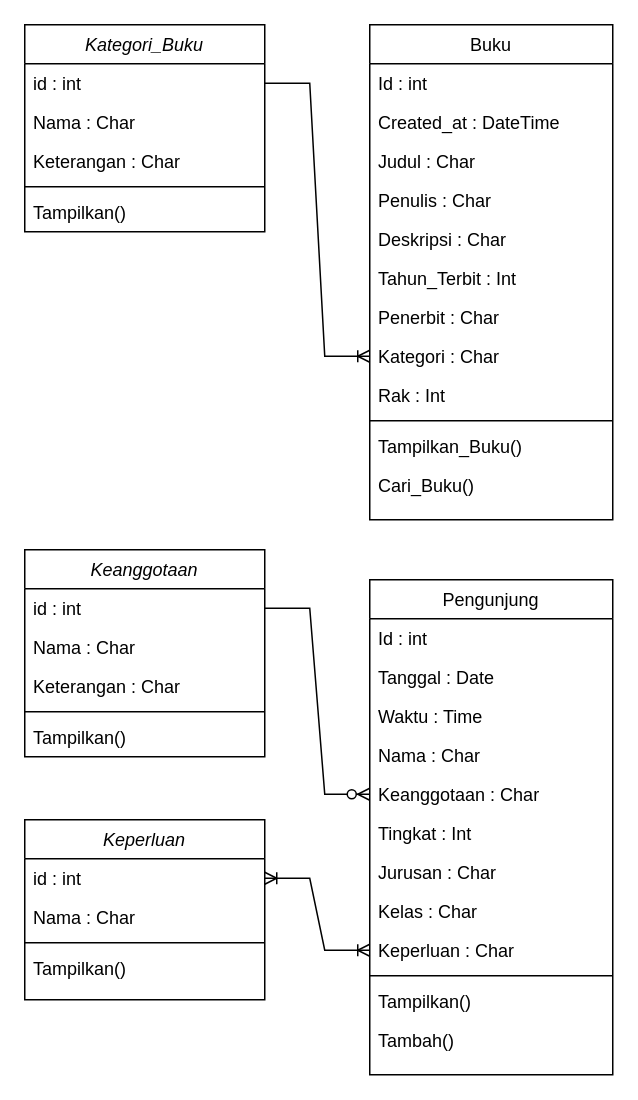
Earlier version of the draw.io diagram Class-Diagram-Perpus-Digital.drawio (tasyafbriani/Tefa_ptgm). Source tidied: cells renumbered, new cells numbered last; positions are measured from the earlier drawing's top-left corner, leaving out a move shared by most shapes. Both pictures are drawn from the tidied source at 150%, with x=0, y=0 at pixel (24, 24).
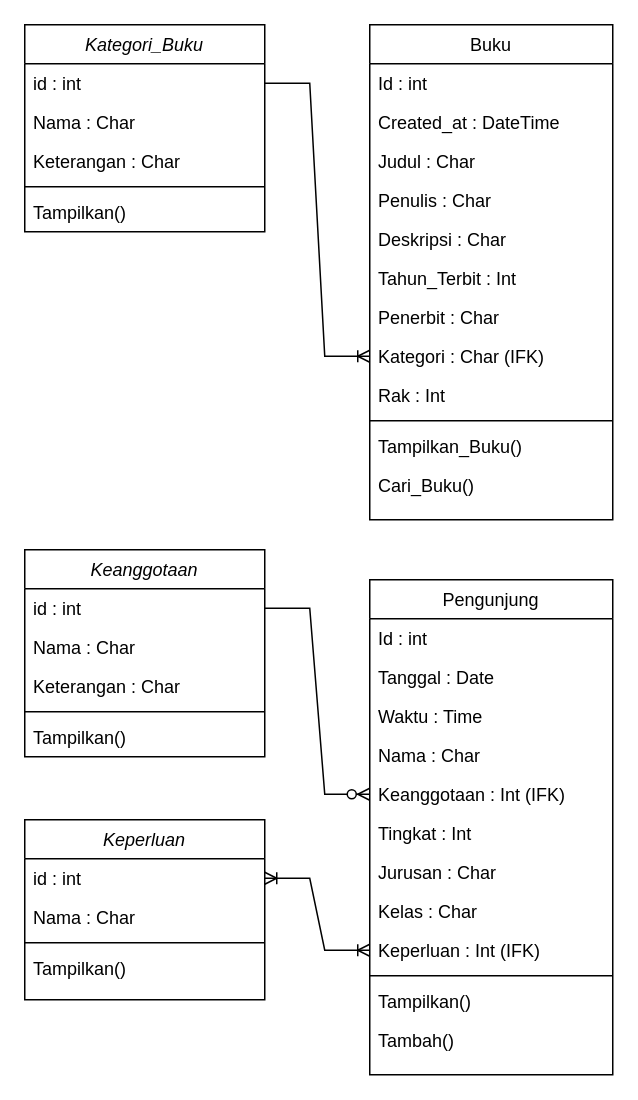
The same page after the edit.

The change refers to these unchanged cells:
```xml
<mxCell id="8" value="Buku" style="swimlane;fontStyle=0;align=center;verticalAlign=top;horizontal=1;startSize=26;rounded=0;shadow=0;strokeWidth=1;" parent="1" vertex="1">
  <mxGeometry x="230" width="162" height="330" as="geometry" />
</mxCell>
<mxCell id="21" value="Pengunjung" style="swimlane;fontStyle=0;align=center;verticalAlign=top;horizontal=1;startSize=26;rounded=0;shadow=0;strokeWidth=1;" parent="1" vertex="1">
  <mxGeometry x="230" y="370" width="162" height="330" as="geometry" />
</mxCell>
```

Diff of the diagram source:
```diff
@@
-    <mxCell id="16" value="Kategori : Char" style="text;align=left;verticalAlign=top;spacingLeft=4;spacingRight=4;overflow=hidden;points=[[0,0.5],[1,0.5]];portConstraint=eastwest;" parent="8" vertex="1">
+    <mxCell id="16" value="Kategori : Char (IFK)" style="text;align=left;verticalAlign=top;spacingLeft=4;spacingRight=4;overflow=hidden;points=[[0,0.5],[1,0.5]];portConstraint=eastwest;" parent="8" vertex="1">
       <mxGeometry y="208" width="162" height="26" as="geometry" />
     </mxCell>
@@
-    <mxCell id="26" value="Keanggotaan : Char" style="text;align=left;verticalAlign=top;spacingLeft=4;spacingRight=4;overflow=hidden;points=[[0,0.5],[1,0.5]];portConstraint=eastwest;rounded=0;shadow=0;html=0;" parent="21" vertex="1">
+    <mxCell id="26" value="Keanggotaan : Int (IFK)" style="text;align=left;verticalAlign=top;spacingLeft=4;spacingRight=4;overflow=hidden;points=[[0,0.5],[1,0.5]];portConstraint=eastwest;rounded=0;shadow=0;html=0;" parent="21" vertex="1">
       <mxGeometry y="130" width="162" height="26" as="geometry" />
     </mxCell>
@@
-    <mxCell id="30" value="Keperluan : Char" style="text;align=left;verticalAlign=top;spacingLeft=4;spacingRight=4;overflow=hidden;points=[[0,0.5],[1,0.5]];portConstraint=eastwest;" parent="21" vertex="1">
+    <mxCell id="30" value="Keperluan : Int (IFK) " style="text;align=left;verticalAlign=top;spacingLeft=4;spacingRight=4;overflow=hidden;points=[[0,0.5],[1,0.5]];portConstraint=eastwest;" parent="21" vertex="1">
       <mxGeometry y="234" width="162" height="26" as="geometry" />
     </mxCell>
```
